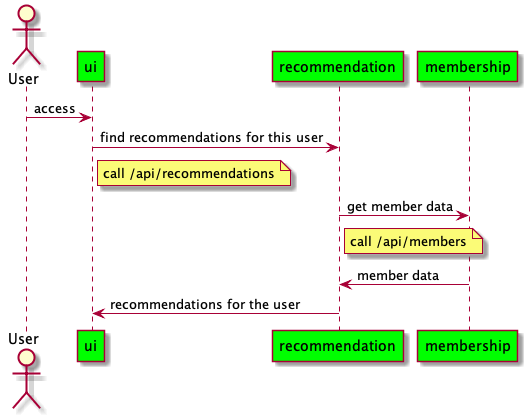
Before: uml/overview.png, a diagram exported from PlantUML (hageyahhoo/ui). Its diagram source:
```plantuml
@startuml
actor User
participant ui #lime
participant recommendation #lime
participant membership #lime
User -> ui : access
ui -> recommendation : find recommendations for this user
note right of ui : call /api/recommendations
recommendation -> membership : get member data
note right of recommendation : call /api/members
membership -> recommendation : member data
recommendation -> ui : recommendations for the user
@enduml
```
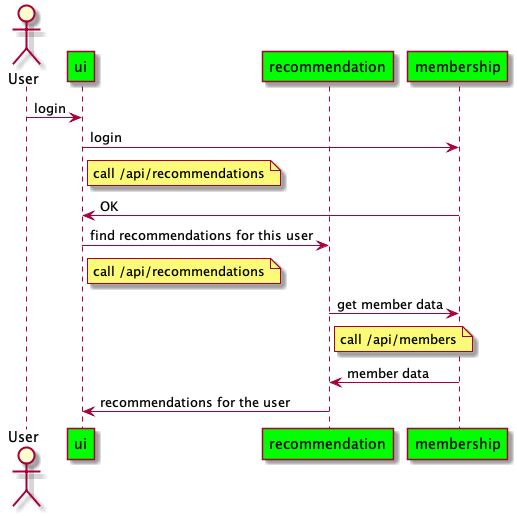
Above is the later version.

Commit message:
Added login sequence

What changed in the source:
```diff
@@ -3,7 +3,10 @@
 participant ui #lime
 participant recommendation #lime
 participant membership #lime
-User -> ui : access
+User -> ui : login
+ui -> membership : login
+note right of ui : call /api/recommendations
+membership -> ui : OK
 ui -> recommendation : find recommendations for this user
 note right of ui : call /api/recommendations
 recommendation -> membership : get member data
```
